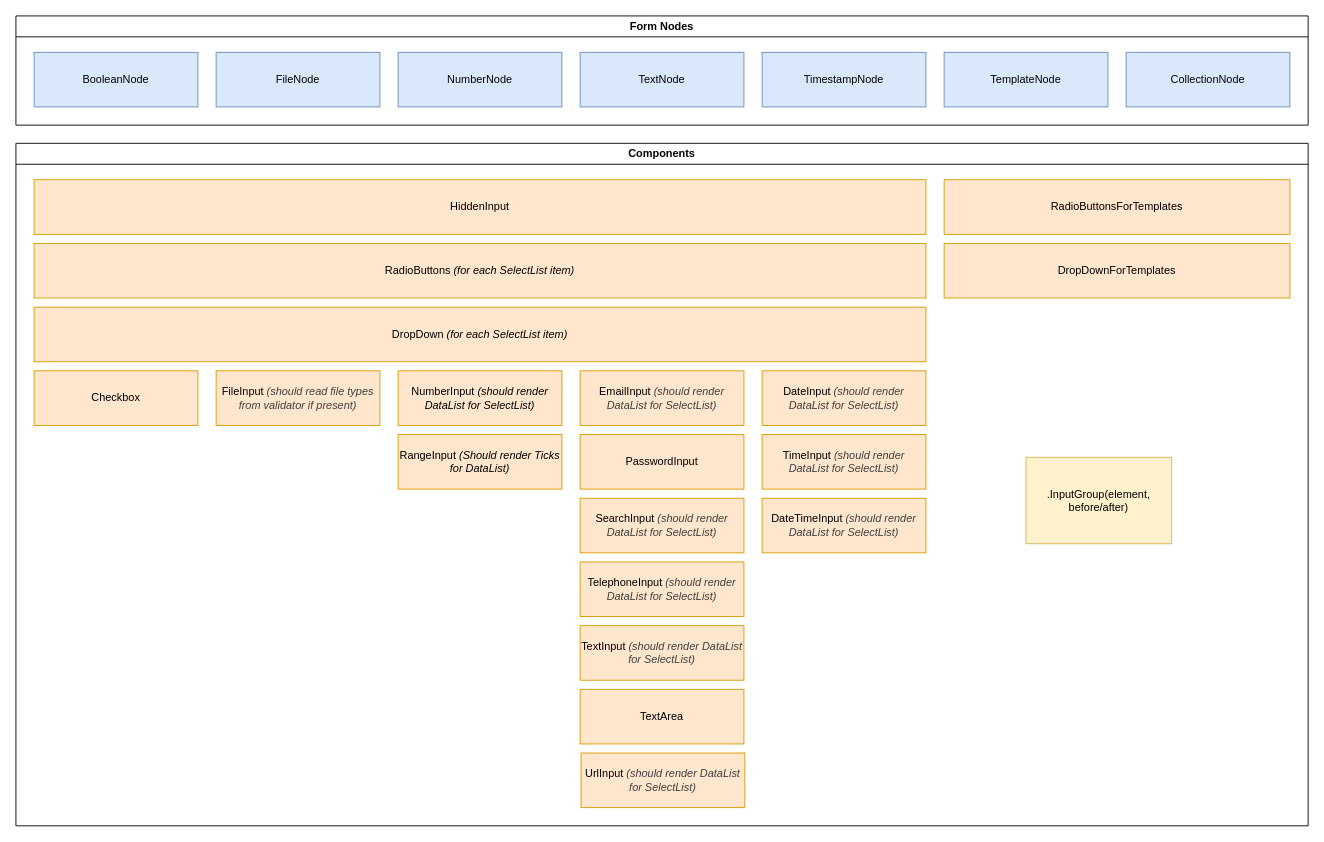
Earlier version of the draw.io diagram doc/forms-concept/ui_components.drawio (RGXStorm281/common). Source tidied: cells renumbered, new cells numbered last; positions are measured from the earlier drawing's top-left corner, leaving out a move shared by most shapes. Both pictures are drawn from the tidied source at 91%, with x=0, y=0 at pixel (15, 15).
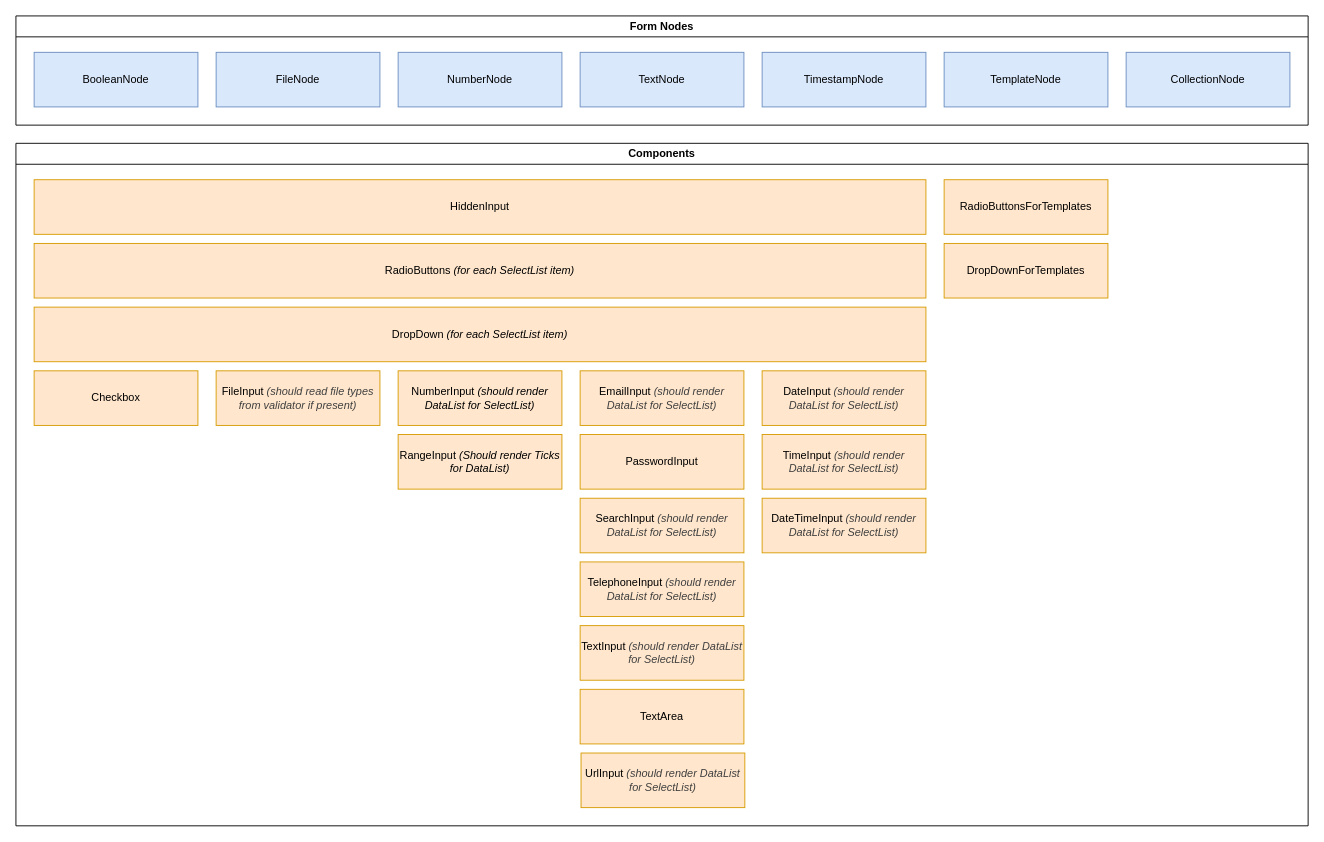
The same page after the edit.

Unchanged cells that the change refers to:
```xml
<mxCell id="10" value="Components" style="swimlane;whiteSpace=wrap;html=1;" parent="1" vertex="1">
  <mxGeometry y="140" width="1420" height="750" as="geometry" />
</mxCell>
```

The edit, as a diff of the source:
```diff
@@
     <mxCell id="28" value="RadioButtonsForTemplates" style="rounded=0;whiteSpace=wrap;html=1;strokeColor=#d79b00;align=center;verticalAlign=middle;fontFamily=Helvetica;fontSize=12;fontColor=default;fillColor=#ffe6cc;" parent="10" vertex="1">
-      <mxGeometry x="1020" y="40" width="380" height="60" as="geometry" />
+      <mxGeometry x="1020" y="40" width="180" height="60" as="geometry" />
     </mxCell>
     <mxCell id="29" value="DropDownForTemplates" style="rounded=0;whiteSpace=wrap;html=1;strokeColor=#d79b00;align=center;verticalAlign=middle;fontFamily=Helvetica;fontSize=12;fontColor=default;fillColor=#ffe6cc;" parent="10" vertex="1">
-      <mxGeometry x="1020" y="110" width="380" height="60" as="geometry" />
+      <mxGeometry x="1020" y="110" width="180" height="60" as="geometry" />
     </mxCell>
-    <mxCell id="30" value=".InputGroup(element, before/after)" style="rounded=0;whiteSpace=wrap;html=1;fillColor=#fff2cc;strokeColor=#d6b656;" parent="10" vertex="1">
-      <mxGeometry x="1110" y="345" width="160" height="95" as="geometry" />
-    </mxCell>
```
